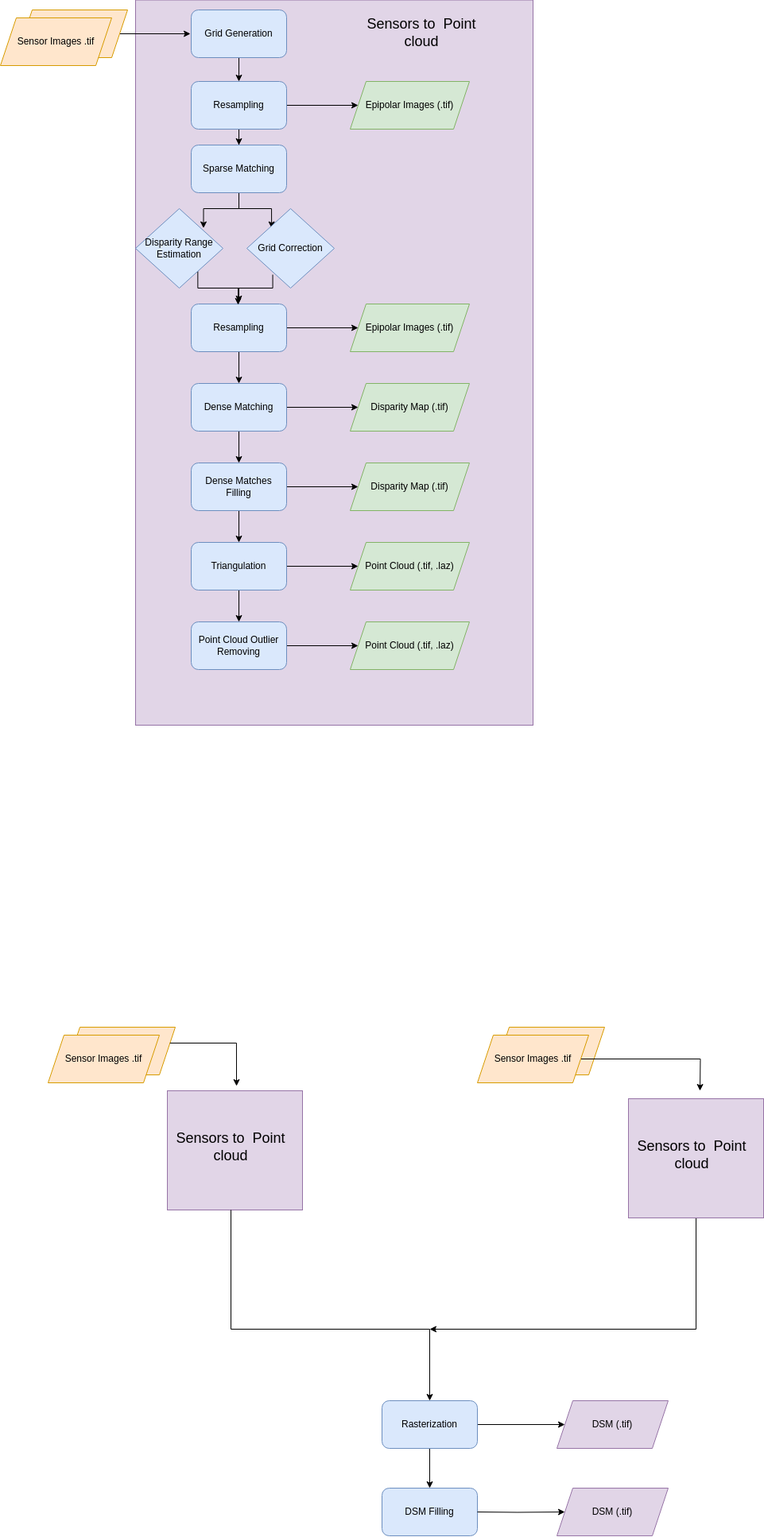
The draw.io diagram docs/source/images/cars_pipeline_multi_pair.png in CNES/cars, before a commit. Source tidied: cells renumbered, new cells last; positions are measured from the earlier drawing's top-left corner, leaving out a move shared by most shapes.
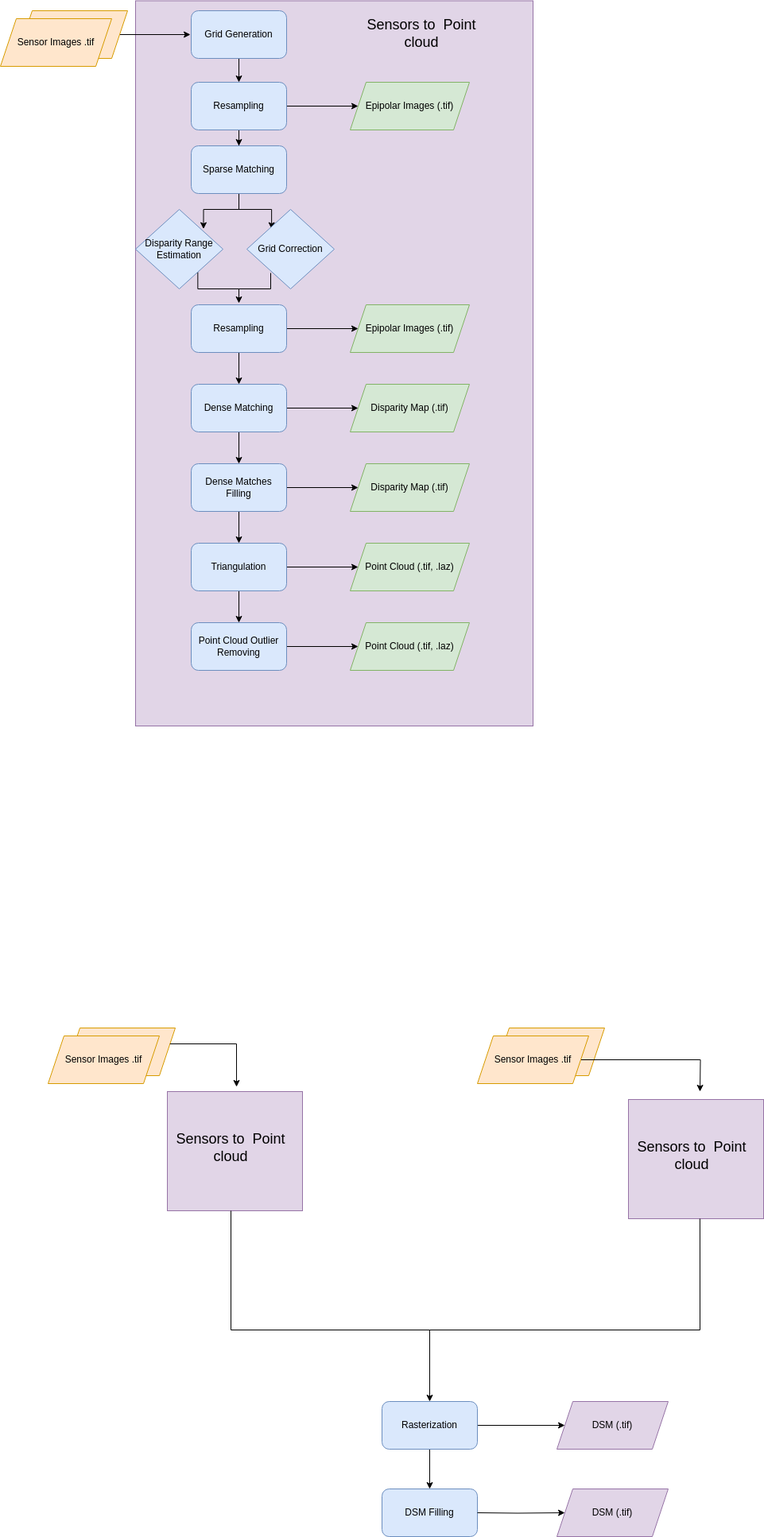
The same diagram one commit later.

What changed in the source:
```diff
@@ -94,14 +94,6 @@
     <mxCell id="30" value="Disparity Map (.tif)" style="shape=parallelogram;perimeter=parallelogramPerimeter;whiteSpace=wrap;html=1;fixedSize=1;fillColor=#d5e8d4;strokeColor=#82b366;" parent="1" vertex="1">
       <mxGeometry x="440" y="482" width="150" height="60" as="geometry" />
     </mxCell>
-    <mxCell id="31" style="edgeStyle=orthogonalEdgeStyle;rounded=0;jettySize=auto;html=1;entryX=0.492;entryY=0.017;entryDx=0;entryDy=0;entryPerimeter=0;strokeWidth=1;exitX=0.296;exitY=0.831;exitDx=0;exitDy=0;exitPerimeter=0;" parent="1" edge="1" source="32" target="21">
-      <mxGeometry relative="1" as="geometry">
-        <Array as="points">
-          <mxPoint x="343" y="362" />
-          <mxPoint x="299" y="362" />
-        </Array>
-      </mxGeometry>
-    </mxCell>
     <mxCell id="32" value="Grid Correction" style="rhombus;whiteSpace=wrap;html=1;fillColor=#dae8fc;strokeColor=#6c8ebf;" parent="1" vertex="1">
       <mxGeometry x="310" y="262" width="110" height="100" as="geometry" />
     </mxCell>
@@ -175,14 +167,6 @@
     <mxCell id="54" style="group;" parent="1" vertex="1">
       <mxGeometry x="780" y="1382" width="180" height="150" as="geometry" />
     </mxCell>
-    <mxCell id="55" style="edgeStyle=orthogonalEdgeStyle;rounded=0;jettySize=auto;html=1;" parent="54" edge="1" source="56">
-      <mxGeometry relative="1" as="geometry">
-        <mxPoint x="-240" y="290" as="targetPoint" />
-        <Array as="points">
-          <mxPoint x="95" y="290" />
-        </Array>
-      </mxGeometry>
-    </mxCell>
     <mxCell id="56" style="rounded=0;whiteSpace=wrap;html=1;fillColor=#e1d5e7;strokeColor=#9673a6;" parent="54" vertex="1">
       <mxGeometry x="10" width="170" height="150" as="geometry" />
     </mxCell>
@@ -205,5 +189,22 @@
         </Array>
       </mxGeometry>
     </mxCell>
+    <mxCell id="60" style="endArrow=none;html=1;rounded=0;" parent="1" edge="1">
+      <mxGeometry relative="1" as="geometry">
+        <mxPoint x="300" y="362" as="sourcePoint" />
+        <mxPoint x="340" y="342" as="targetPoint" />
+        <Array as="points">
+          <mxPoint x="340" y="362" />
+        </Array>
+      </mxGeometry>
+    </mxCell>
+    <mxCell id="61" style="endArrow=none;html=1;rounded=0;entryX=0.529;entryY=1;entryDx=0;entryDy=0;entryPerimeter=0;" parent="1" edge="1" target="56">
+      <mxGeometry relative="1" as="geometry">
+        <mxPoint x="540" y="1672" as="sourcePoint" />
+        <Array as="points">
+          <mxPoint x="880" y="1672" />
+        </Array>
+      </mxGeometry>
+    </mxCell>
   </root>
 </mxGraphModel>
```
